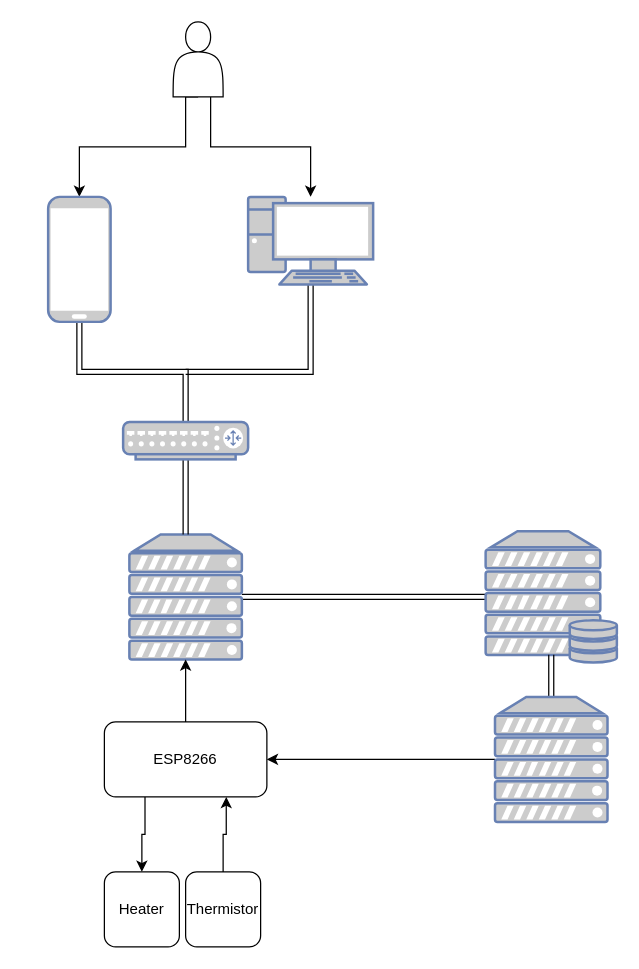
Above: ProjectDiagram.drawio in RoobyJ/SmartHome (draw.io), before the change. Source tidied: cells renumbered, new cells numbered last; positions are measured from the earlier drawing's top-left corner, leaving out a move shared by most shapes. Both pictures are drawn from the tidied source at 125%, with x=0, y=0 at pixel (48, 21).
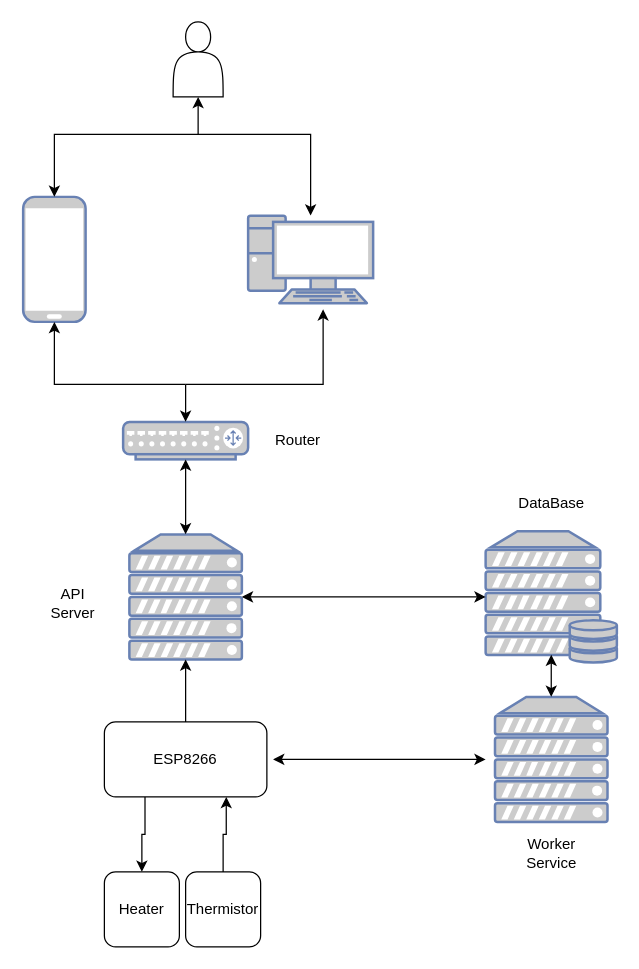
The same page after the edit.

Unchanged cells that the change refers to:
```xml
<mxCell id="4" style="shape=actor;whiteSpace=wrap;html=1;" parent="1" vertex="1">
  <mxGeometry x="100" width="40" height="60" as="geometry" />
</mxCell>
<mxCell id="6" style="fontColor=#0066CC;verticalAlign=top;verticalLabelPosition=bottom;labelPosition=center;align=center;html=1;outlineConnect=0;fillColor=#CCCCCC;strokeColor=#6881B3;gradientColor=none;gradientDirection=north;strokeWidth=2;shape=mxgraph.networks.server;" parent="1" vertex="1">
  <mxGeometry x="65" y="410" width="90" height="100" as="geometry" />
</mxCell>
<mxCell id="7" style="fontColor=#0066CC;verticalAlign=top;verticalLabelPosition=bottom;labelPosition=center;align=center;html=1;outlineConnect=0;fillColor=#CCCCCC;strokeColor=#6881B3;gradientColor=none;gradientDirection=north;strokeWidth=2;shape=mxgraph.networks.server_storage;" parent="1" vertex="1">
  <mxGeometry x="350" y="407.5" width="105" height="105" as="geometry" />
</mxCell>
<mxCell id="14" style="fontColor=#0066CC;verticalAlign=top;verticalLabelPosition=bottom;labelPosition=center;align=center;html=1;outlineConnect=0;fillColor=#CCCCCC;strokeColor=#6881B3;gradientColor=none;gradientDirection=north;strokeWidth=2;shape=mxgraph.networks.server;" parent="1" vertex="1">
  <mxGeometry x="357.5" y="540" width="90" height="100" as="geometry" />
</mxCell>
<mxCell id="16" style="fontColor=#0066CC;verticalAlign=top;verticalLabelPosition=bottom;labelPosition=center;align=center;html=1;outlineConnect=0;fillColor=#CCCCCC;strokeColor=#6881B3;gradientColor=none;gradientDirection=north;strokeWidth=2;shape=mxgraph.networks.router;" parent="1" vertex="1">
  <mxGeometry x="60" y="320" width="100" height="30" as="geometry" />
</mxCell>
<mxCell id="19" value="ESP8266" style="rounded=1;whiteSpace=wrap;html=1;" parent="1" vertex="1">
  <mxGeometry x="45" y="560" width="130" height="60" as="geometry" />
</mxCell>
```

What changed in the source:
```diff
@@
-    <mxCell id="2" style="edgeStyle=orthogonalEdgeStyle;rounded=0;jettySize=auto;html=1;exitX=0.5;exitY=1;exitDx=0;exitDy=0;entryX=0.5;entryY=0;entryDx=0;entryDy=0;entryPerimeter=0;" parent="1" edge="1" source="4" target="9">
-      <mxGeometry relative="1" as="geometry">
-        <Array as="points">
-          <mxPoint x="110" y="60" />
-          <mxPoint x="110" y="100" />
-          <mxPoint x="25" y="100" />
-        </Array>
-      </mxGeometry>
-    </mxCell>
-    <mxCell id="3" style="edgeStyle=orthogonalEdgeStyle;rounded=0;jettySize=auto;html=1;exitX=0.75;exitY=1;exitDx=0;exitDy=0;" parent="1" edge="1" source="4" target="11">
-      <mxGeometry relative="1" as="geometry" />
-    </mxCell>
@@
-    <mxCell id="5" style="edgeStyle=orthogonalEdgeStyle;shape=link;rounded=0;jettySize=auto;html=1;exitX=1;exitY=0.5;exitDx=0;exitDy=0;exitPerimeter=0;entryX=0;entryY=0.5;entryDx=0;entryDy=0;entryPerimeter=0;" parent="1" edge="1" source="6" target="7">
-      <mxGeometry relative="1" as="geometry" />
-    </mxCell>
@@
-    <mxCell id="8" style="edgeStyle=orthogonalEdgeStyle;rounded=0;jettySize=auto;html=1;exitX=0.5;exitY=1;exitDx=0;exitDy=0;exitPerimeter=0;shape=link;" parent="1" edge="1" source="9" target="16">
-      <mxGeometry relative="1" as="geometry" />
-    </mxCell>
     <mxCell id="9" style="fontColor=#0066CC;verticalAlign=top;verticalLabelPosition=bottom;labelPosition=center;align=center;html=1;outlineConnect=0;fillColor=#CCCCCC;strokeColor=#6881B3;gradientColor=none;gradientDirection=north;strokeWidth=2;shape=mxgraph.networks.mobile;" parent="1" vertex="1">
-      <mxGeometry y="140" width="50" height="100" as="geometry" />
+      <mxGeometry x="-20" y="140" width="50" height="100" as="geometry" />
     </mxCell>
-    <mxCell id="10" style="edgeStyle=orthogonalEdgeStyle;rounded=0;jettySize=auto;html=1;exitX=0.5;exitY=1;exitDx=0;exitDy=0;exitPerimeter=0;shape=link;" parent="1" edge="1" source="11">
-      <mxGeometry relative="1" as="geometry">
-        <mxPoint x="110" y="280" as="targetPoint" />
-        <Array as="points">
-          <mxPoint x="210" y="280" />
-        </Array>
-      </mxGeometry>
-    </mxCell>
     <mxCell id="11" style="fontColor=#0066CC;verticalAlign=top;verticalLabelPosition=bottom;labelPosition=center;align=center;html=1;outlineConnect=0;fillColor=#CCCCCC;strokeColor=#6881B3;gradientColor=none;gradientDirection=north;strokeWidth=2;shape=mxgraph.networks.pc;" parent="1" vertex="1">
-      <mxGeometry x="160" y="140" width="100" height="70" as="geometry" />
+      <mxGeometry x="160" y="155" width="100" height="70" as="geometry" />
     </mxCell>
-    <mxCell id="12" style="edgeStyle=orthogonalEdgeStyle;rounded=0;jettySize=auto;html=1;exitX=0.5;exitY=0;exitDx=0;exitDy=0;exitPerimeter=0;entryX=0.5;entryY=0.94;entryDx=0;entryDy=0;entryPerimeter=0;shape=link;" parent="1" edge="1" source="14" target="7">
-      <mxGeometry relative="1" as="geometry" />
-    </mxCell>
-    <mxCell id="13" style="edgeStyle=orthogonalEdgeStyle;rounded=0;jettySize=auto;html=1;exitX=0;exitY=0.5;exitDx=0;exitDy=0;exitPerimeter=0;entryX=1;entryY=0.5;entryDx=0;entryDy=0;" parent="1" edge="1" source="14" target="19">
-      <mxGeometry relative="1" as="geometry" />
-    </mxCell>
@@
-    <mxCell id="15" style="edgeStyle=orthogonalEdgeStyle;shape=link;rounded=0;jettySize=auto;html=1;exitX=0.5;exitY=1;exitDx=0;exitDy=0;exitPerimeter=0;entryX=0.5;entryY=0;entryDx=0;entryDy=0;entryPerimeter=0;" parent="1" edge="1" source="16" target="6">
-      <mxGeometry relative="1" as="geometry" />
-    </mxCell>
@@
+    <mxCell id="23" value="DataBase" style="text;html=1;strokeColor=none;fillColor=none;align=center;verticalAlign=middle;whiteSpace=wrap;rounded=0;" parent="1" vertex="1">
+      <mxGeometry x="372.5" y="370" width="60" height="30" as="geometry" />
+    </mxCell>
+    <mxCell id="24" value="Worker Service" style="text;html=1;strokeColor=none;fillColor=none;align=center;verticalAlign=middle;whiteSpace=wrap;rounded=0;" parent="1" vertex="1">
+      <mxGeometry x="372.5" y="650" width="60" height="30" as="geometry" />
+    </mxCell>
+    <mxCell id="25" value="API Server" style="text;html=1;strokeColor=none;fillColor=none;align=center;verticalAlign=middle;whiteSpace=wrap;rounded=0;" parent="1" vertex="1">
+      <mxGeometry x="-10" y="450" width="60" height="30" as="geometry" />
+    </mxCell>
+    <mxCell id="26" value="Router" style="text;html=1;strokeColor=none;fillColor=none;align=center;verticalAlign=middle;whiteSpace=wrap;rounded=0;" parent="1" vertex="1">
+      <mxGeometry x="170" y="320" width="60" height="30" as="geometry" />
+    </mxCell>
+    <mxCell id="27" style="endArrow=classic;startArrow=classic;html=1;rounded=0;" parent="1" edge="1">
+      <mxGeometry relative="1" as="geometry">
+        <mxPoint x="180" y="590" as="sourcePoint" />
+        <mxPoint x="350" y="590" as="targetPoint" />
+      </mxGeometry>
+    </mxCell>
+    <mxCell id="12" style="endArrow=classic;startArrow=classic;html=1;rounded=0;exitX=0.5;exitY=0;exitDx=0;exitDy=0;exitPerimeter=0;entryX=0.5;entryY=0.94;entryDx=0;entryDy=0;entryPerimeter=0;" parent="1" edge="1" source="14" target="7">
+      <mxGeometry relative="1" as="geometry" />
+    </mxCell>
+    <mxCell id="5" style="endArrow=classic;startArrow=classic;html=1;rounded=0;entryX=0;entryY=0.5;entryDx=0;entryDy=0;entryPerimeter=0;exitX=1;exitY=0.5;exitDx=0;exitDy=0;exitPerimeter=0;" parent="1" edge="1" source="6" target="7">
+      <mxGeometry relative="1" as="geometry" />
+    </mxCell>
+    <mxCell id="28" style="endArrow=classic;startArrow=classic;html=1;rounded=0;exitX=0.5;exitY=0;exitDx=0;exitDy=0;exitPerimeter=0;entryX=0.5;entryY=1;entryDx=0;entryDy=0;entryPerimeter=0;" parent="1" edge="1" source="6" target="16">
+      <mxGeometry relative="1" as="geometry" />
+    </mxCell>
+    <mxCell id="29" style="endArrow=classic;html=1;rounded=0;entryX=0.5;entryY=0;entryDx=0;entryDy=0;entryPerimeter=0;" parent="1" edge="1" target="16">
+      <mxGeometry relative="1" as="geometry">
+        <mxPoint x="110" y="290" as="sourcePoint" />
+      </mxGeometry>
+    </mxCell>
+    <mxCell id="30" style="endArrow=classic;html=1;rounded=0;entryX=0.5;entryY=1;entryDx=0;entryDy=0;entryPerimeter=0;" parent="1" edge="1" target="9">
+      <mxGeometry relative="1" as="geometry">
+        <mxPoint x="110" y="290" as="sourcePoint" />
+        <Array as="points">
+          <mxPoint x="25" y="290" />
+          <mxPoint x="5" y="290" />
+        </Array>
+      </mxGeometry>
+    </mxCell>
+    <mxCell id="31" style="endArrow=classic;html=1;rounded=0;entryX=0.6;entryY=1.071;entryDx=0;entryDy=0;entryPerimeter=0;" parent="1" edge="1" target="11">
+      <mxGeometry relative="1" as="geometry">
+        <mxPoint x="110" y="290" as="sourcePoint" />
+        <Array as="points">
+          <mxPoint x="220" y="290" />
+        </Array>
+      </mxGeometry>
+    </mxCell>
+    <mxCell id="32" style="endArrow=classic;startArrow=classic;html=1;rounded=0;entryX=0.5;entryY=1;entryDx=0;entryDy=0;" parent="1" edge="1" source="11" target="4">
+      <mxGeometry relative="1" as="geometry">
+        <Array as="points">
+          <mxPoint x="210" y="90" />
+          <mxPoint x="120" y="90" />
+        </Array>
+      </mxGeometry>
+    </mxCell>
+    <mxCell id="33" style="endArrow=classic;html=1;rounded=0;entryX=0.5;entryY=0;entryDx=0;entryDy=0;entryPerimeter=0;" parent="1" edge="1" target="9">
+      <mxGeometry relative="1" as="geometry">
+        <mxPoint x="120" y="90" as="sourcePoint" />
+        <Array as="points">
+          <mxPoint x="5" y="90" />
+        </Array>
+      </mxGeometry>
+    </mxCell>
```
